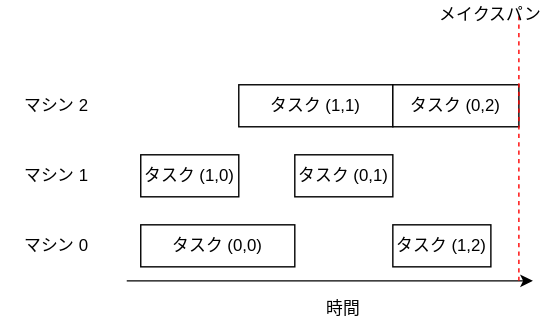
The draw.io diagram notebooks/ja/tutorials/figures/makespan.drawio.svg in fixstars/amplify-se-examples, before a commit. Source tidied: cells renumbered, new cells last; positions are measured from the earlier drawing's top-left corner, leaving out a move shared by most shapes.
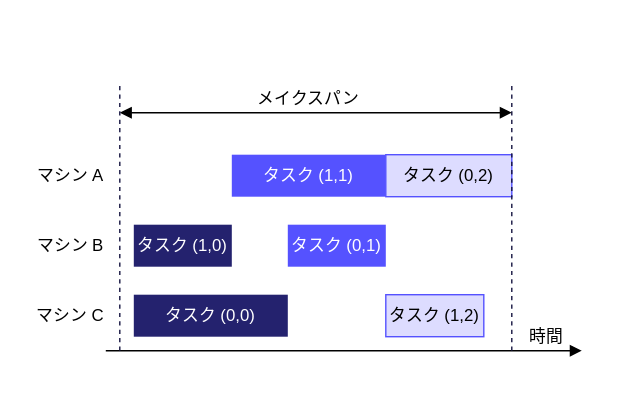
The same file after the commit.

Diff of the diagram source:
```diff
@@ -2,48 +2,51 @@
   <root>
     <mxCell id="0" />
     <mxCell id="1" parent="0" />
+    <mxCell id="15" style="whiteSpace=wrap;html=1;strokeColor=none;" parent="1" vertex="1">
+      <mxGeometry x="5" y="-50" width="440" height="293.3" as="geometry" />
+    </mxCell>
-    <mxCell id="2" style="endArrow=classic;html=1;" parent="1" edge="1">
+    <mxCell id="2" style="endArrow=block;html=1;endFill=1;" parent="1" edge="1">
       <mxGeometry relative="1" as="geometry">
-        <mxPoint x="90" y="200" as="sourcePoint" />
-        <mxPoint x="380" y="200" as="targetPoint" />
+        <mxPoint x="80" y="200" as="sourcePoint" />
+        <mxPoint x="420" y="200" as="targetPoint" />
       </mxGeometry>
     </mxCell>
     <object id="3" label="時間" name="Variable" placeholders="1">
       <mxCell style="text;html=1;strokeColor=none;fillColor=none;align=center;verticalAlign=middle;whiteSpace=wrap;overflow=hidden;" parent="1" vertex="1">
-        <mxGeometry x="215" y="210" width="60" height="20" as="geometry" />
+        <mxGeometry x="380" y="180" width="30" height="20" as="geometry" />
       </mxCell>
     </object>
-    <mxCell id="4" value="タスク&amp;nbsp;(0,0)" style="rounded=0;whiteSpace=wrap;html=1;" parent="1" vertex="1">
+    <mxCell id="4" value="タスク&amp;nbsp;(0,0)" style="rounded=0;whiteSpace=wrap;html=1;fillColor=#24226E;strokeColor=none;fontColor=#FFFFFF;" parent="1" vertex="1">
       <mxGeometry x="100" y="160" width="110" height="30" as="geometry" />
     </mxCell>
-    <mxCell id="5" value="タスク&amp;nbsp;(1,0)" style="rounded=0;whiteSpace=wrap;html=1;" parent="1" vertex="1">
+    <mxCell id="5" value="タスク&amp;nbsp;(1,0)" style="rounded=0;whiteSpace=wrap;html=1;fillColor=#24226E;strokeColor=none;fontColor=#FFFFFF;" parent="1" vertex="1">
       <mxGeometry x="100" y="110" width="70" height="30" as="geometry" />
     </mxCell>
-    <mxCell id="6" value="タスク&amp;nbsp;(0,1)" style="rounded=0;whiteSpace=wrap;html=1;" parent="1" vertex="1">
+    <mxCell id="6" value="タスク&amp;nbsp;(0,1)" style="rounded=0;whiteSpace=wrap;html=1;fillColor=#5552FF;strokeColor=none;fontColor=#FFFFFF;" parent="1" vertex="1">
       <mxGeometry x="210" y="110" width="70" height="30" as="geometry" />
     </mxCell>
-    <mxCell id="7" value="タスク&amp;nbsp;(1,1)" style="rounded=0;whiteSpace=wrap;html=1;" parent="1" vertex="1">
+    <mxCell id="7" value="タスク&amp;nbsp;(1,1)" style="rounded=0;whiteSpace=wrap;html=1;fillColor=#5552FF;strokeColor=none;fontColor=#FFFFFF;" parent="1" vertex="1">
       <mxGeometry x="170" y="60" width="110" height="30" as="geometry" />
     </mxCell>
-    <mxCell id="8" value="タスク&amp;nbsp;(0,2)" style="rounded=0;whiteSpace=wrap;html=1;" parent="1" vertex="1">
+    <mxCell id="8" value="タスク&amp;nbsp;(0,2)" style="rounded=0;whiteSpace=wrap;html=1;fillColor=#DDDCFF;strokeColor=#5552FF;" parent="1" vertex="1">
       <mxGeometry x="280" y="60" width="90" height="30" as="geometry" />
     </mxCell>
-    <object id="9" label="マシン 0" name="Variable" placeholders="1">
+    <object id="9" label="マシン C" name="Variable" placeholders="1">
       <mxCell style="text;html=1;strokeColor=none;fillColor=none;align=center;verticalAlign=middle;whiteSpace=wrap;overflow=hidden;" parent="1" vertex="1">
-        <mxGeometry y="165" width="80" height="20" as="geometry" />
+        <mxGeometry x="30" y="165" width="50" height="20" as="geometry" />
       </mxCell>
     </object>
-    <object id="10" label="マシン 1" name="Variable" placeholders="1">
+    <object id="10" label="マシン B" name="Variable" placeholders="1">
       <mxCell style="text;html=1;strokeColor=none;fillColor=none;align=center;verticalAlign=middle;whiteSpace=wrap;overflow=hidden;" parent="1" vertex="1">
-        <mxGeometry y="115" width="80" height="20" as="geometry" />
+        <mxGeometry x="30" y="115" width="50" height="20" as="geometry" />
       </mxCell>
     </object>
-    <object id="11" label="マシン 2" name="Variable" placeholders="1">
+    <object id="11" label="マシン A" name="Variable" placeholders="1">
       <mxCell style="text;html=1;strokeColor=none;fillColor=none;align=center;verticalAlign=middle;whiteSpace=wrap;overflow=hidden;" parent="1" vertex="1">
-        <mxGeometry y="65" width="80" height="20" as="geometry" />
+        <mxGeometry x="30" y="65" width="50" height="20" as="geometry" />
       </mxCell>
     </object>
-    <mxCell id="12" style="endArrow=none;dashed=1;html=1;fillColor=#a20025;strokeColor=#FF0000;" parent="1" edge="1">
+    <mxCell id="12" style="endArrow=none;dashed=1;html=1;fillColor=#a20025;strokeColor=#151440;" parent="1" edge="1">
       <mxGeometry relative="1" as="geometry">
         <mxPoint x="370" y="200" as="sourcePoint" />
         <mxPoint x="370" y="10" as="targetPoint" />
@@ -51,11 +54,23 @@
     </mxCell>
     <object id="13" label="メイクスパン" name="Variable" placeholders="1">
       <mxCell style="text;html=1;strokeColor=none;fillColor=none;align=center;verticalAlign=middle;whiteSpace=wrap;overflow=hidden;" parent="1" vertex="1">
-        <mxGeometry x="310" width="80" height="20" as="geometry" />
+        <mxGeometry x="185" y="10" width="80" height="20" as="geometry" />
       </mxCell>
     </object>
-    <mxCell id="14" value="タスク&amp;nbsp;(1,2)" style="rounded=0;whiteSpace=wrap;html=1;" parent="1" vertex="1">
+    <mxCell id="14" value="タスク&amp;nbsp;(1,2)" style="rounded=0;whiteSpace=wrap;html=1;fillColor=#DDDCFF;strokeColor=#5552FF;" parent="1" vertex="1">
       <mxGeometry x="280" y="160" width="70" height="30" as="geometry" />
     </mxCell>
+    <mxCell id="16" style="endArrow=block;html=1;endFill=1;startArrow=block;startFill=1;" parent="1" edge="1">
+      <mxGeometry relative="1" as="geometry">
+        <mxPoint x="90" y="30" as="sourcePoint" />
+        <mxPoint x="370" y="30" as="targetPoint" />
+      </mxGeometry>
+    </mxCell>
+    <mxCell id="17" style="endArrow=none;dashed=1;html=1;fillColor=#a20025;strokeColor=#151440;" parent="1" edge="1">
+      <mxGeometry relative="1" as="geometry">
+        <mxPoint x="90" y="200" as="sourcePoint" />
+        <mxPoint x="90" y="10" as="targetPoint" />
+      </mxGeometry>
+    </mxCell>
   </root>
 </mxGraphModel>
```
